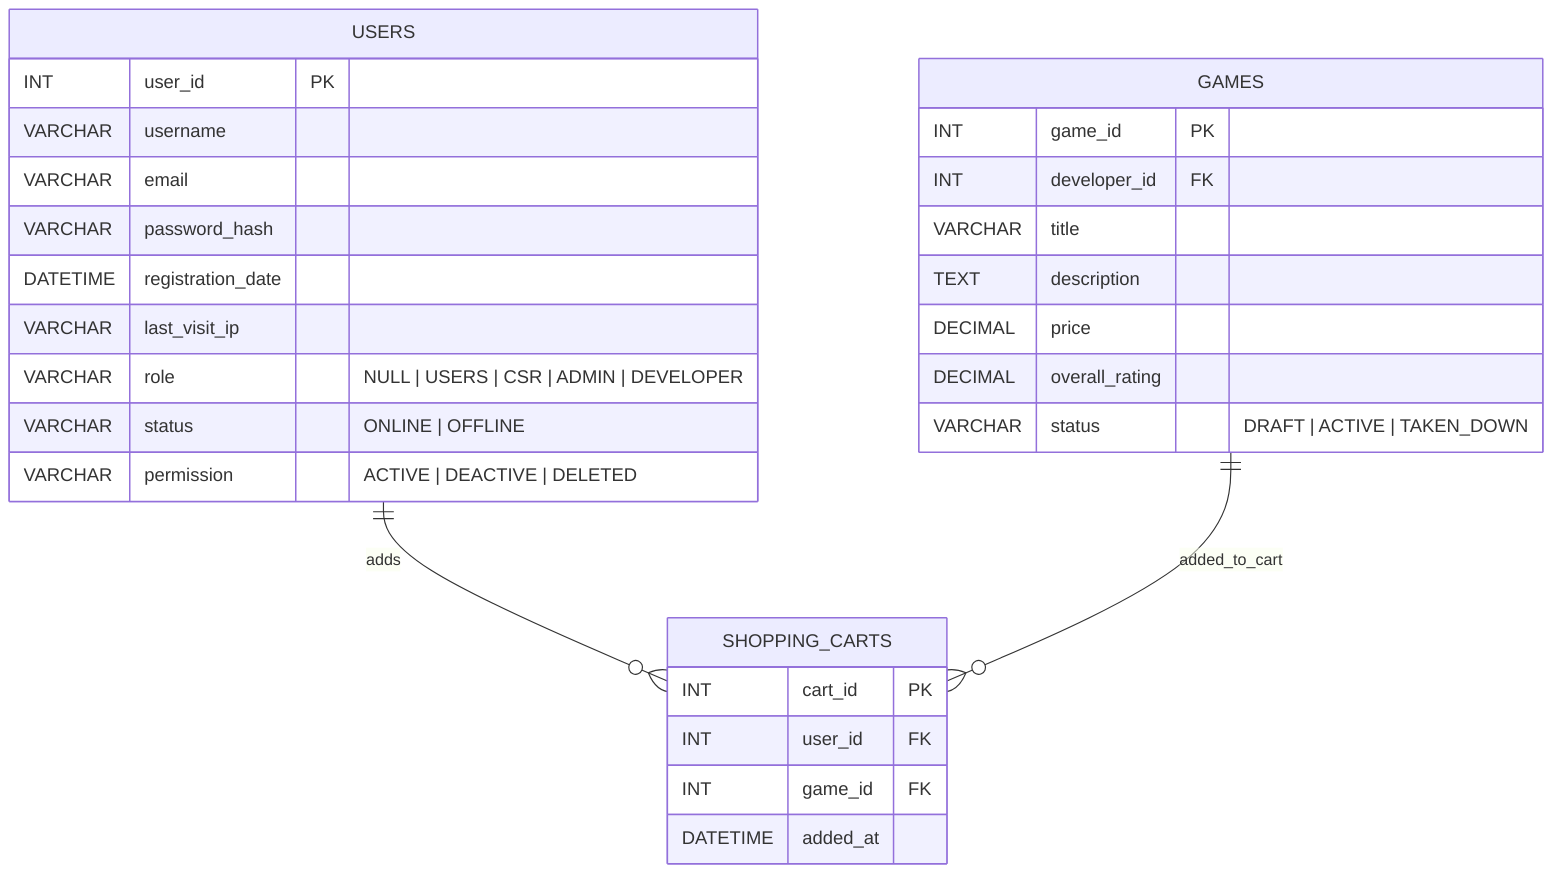
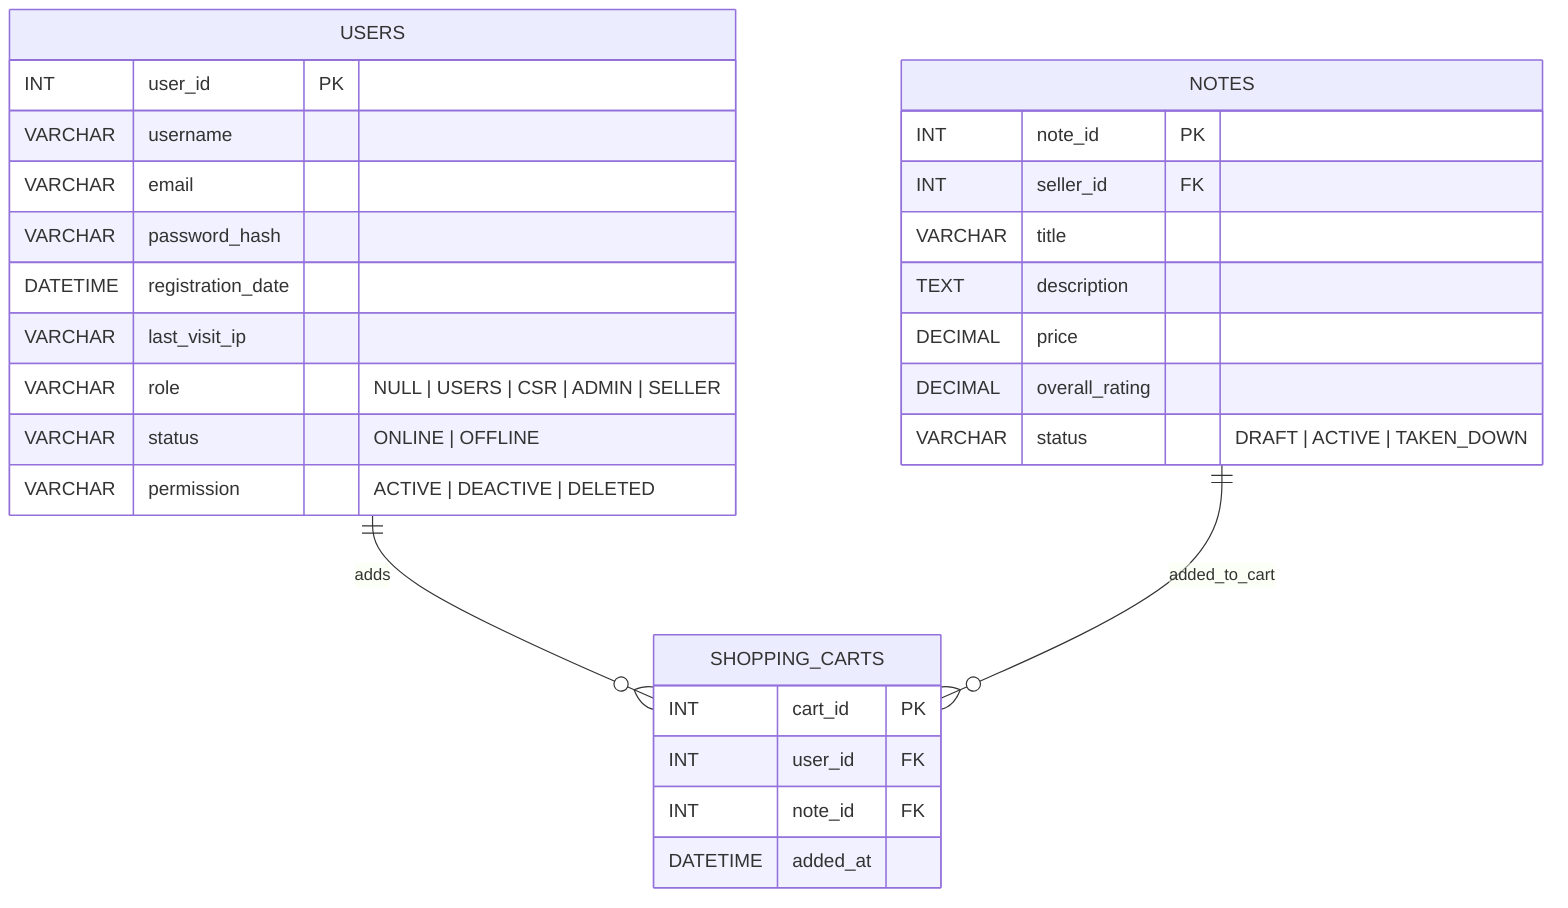
erDiagram
    USERS {
        INT user_id PK
        VARCHAR username
        VARCHAR email
        VARCHAR password_hash
        DATETIME registration_date
        VARCHAR last_visit_ip
-         VARCHAR role "NULL | USERS | CSR | ADMIN | DEVELOPER"
+         VARCHAR role "NULL | USERS | CSR | ADMIN | SELLER"
        VARCHAR status "ONLINE | OFFLINE"
        VARCHAR permission "ACTIVE | DEACTIVE | DELETED"
    }
-     GAMES {
-         INT game_id PK
-         INT developer_id FK
+     NOTES {
+         INT note_id PK
+         INT seller_id FK
        VARCHAR title
        TEXT description
        DECIMAL price
        DECIMAL overall_rating
        VARCHAR status "DRAFT | ACTIVE | TAKEN_DOWN"
    }
    SHOPPING_CARTS {
        INT cart_id PK
        INT user_id FK
-         INT game_id FK
+         INT note_id FK
        DATETIME added_at
    }

    USERS ||--o{ SHOPPING_CARTS : adds
-     GAMES ||--o{ SHOPPING_CARTS : added_to_cart
+     NOTES ||--o{ SHOPPING_CARTS : added_to_cart
